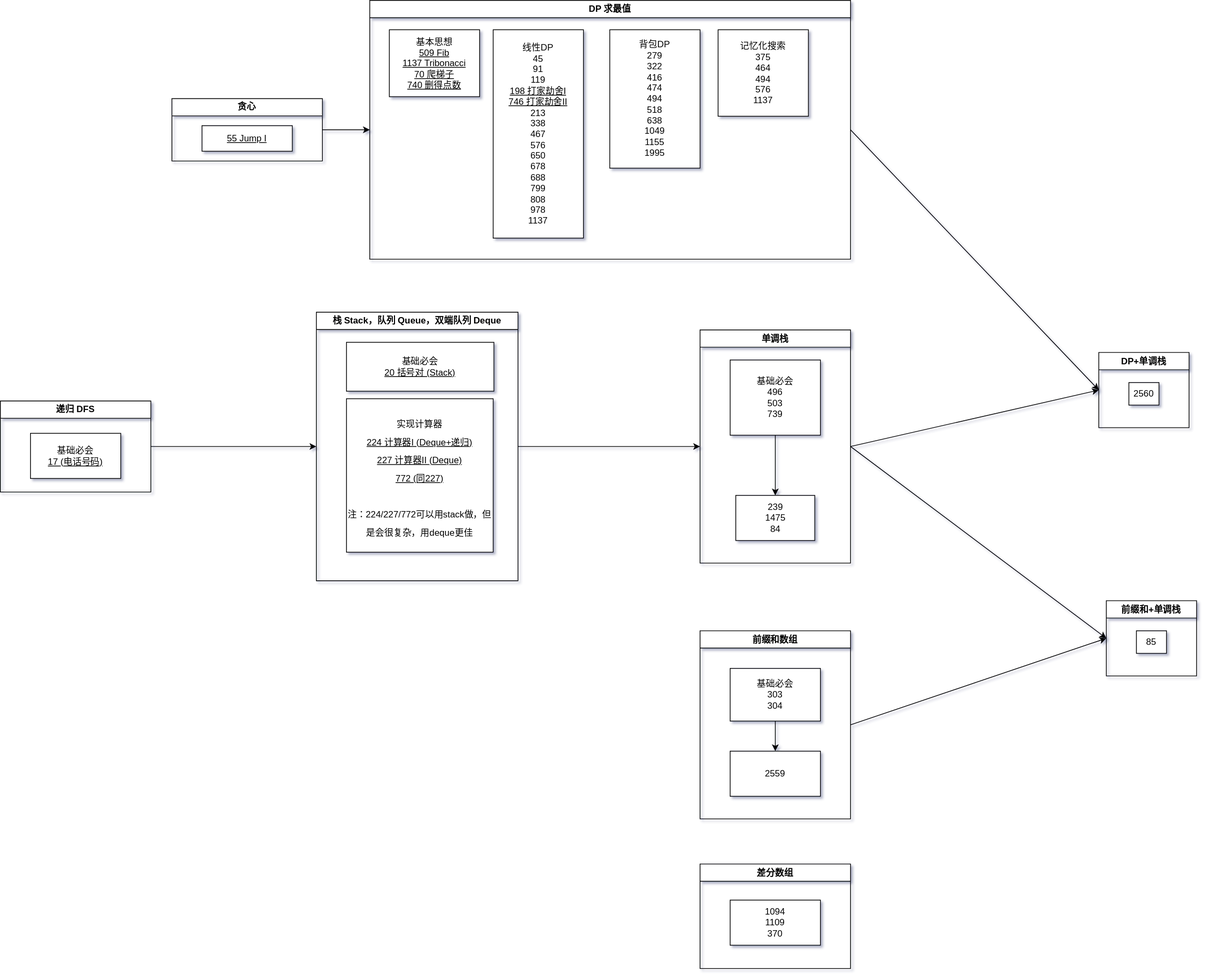
This is drawio/map.drawio.svg from jssonx/algo-playground, a draw.io export, as it was before one commit. Source tidied: cells renumbered, new cells last; positions are measured from the earlier drawing's top-left corner, leaving out a move shared by most shapes.
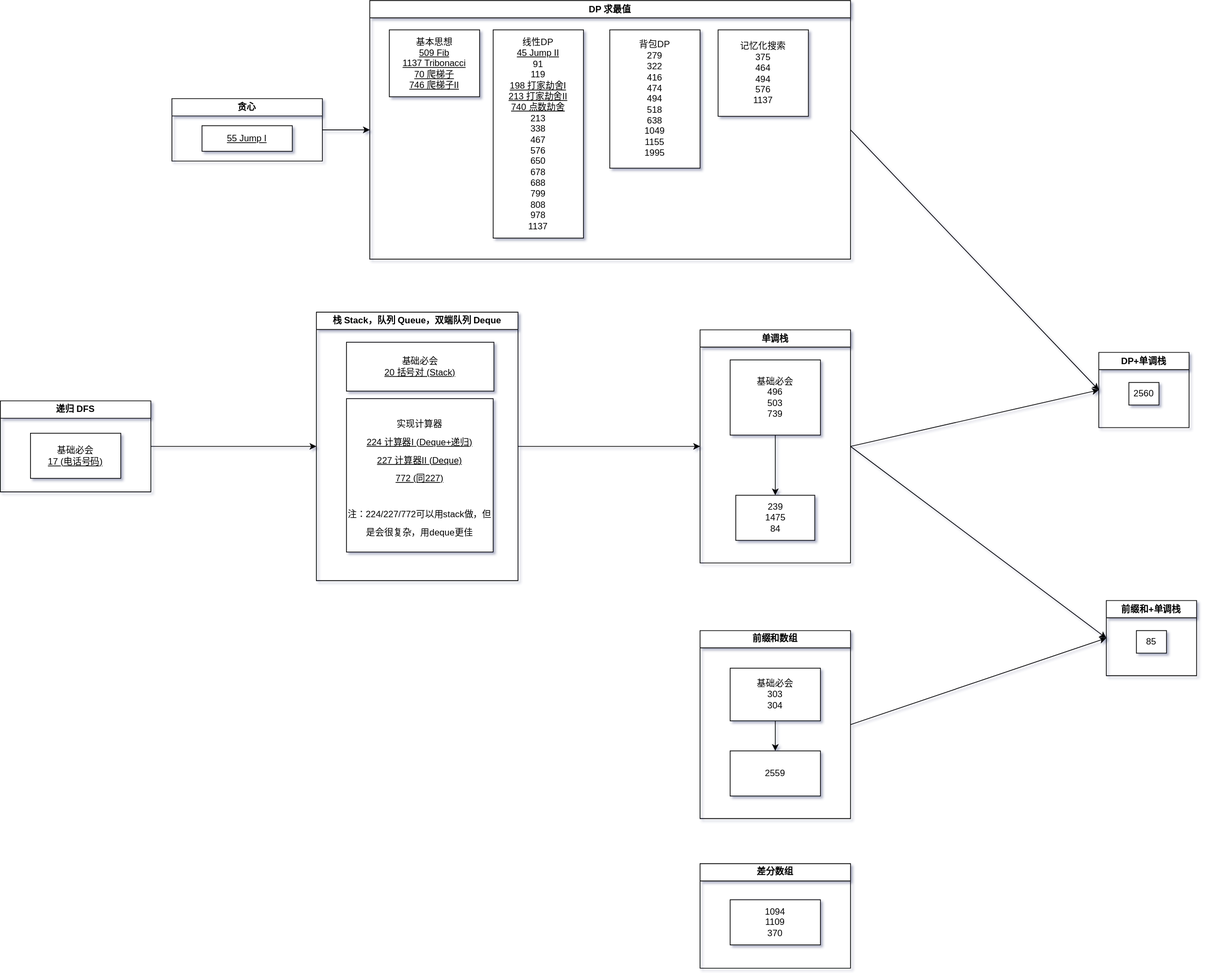
Later version of the same file.

The edit, as a diff of the source:
```diff
@@ -59,7 +59,7 @@
     <mxCell id="20" value="记忆化搜索&lt;br&gt;375&lt;br&gt;464&lt;br&gt;494&lt;br&gt;576&lt;br&gt;1137" style="whiteSpace=wrap;html=1;" parent="18" vertex="1">
       <mxGeometry x="463" y="39" width="120" height="115" as="geometry" />
     </mxCell>
-    <mxCell id="21" value="基本思想&lt;br&gt;&lt;u&gt;509 Fib&lt;br&gt;1137 Tribonacci&lt;br&gt;70 爬梯子&lt;br&gt;740 删得点数&lt;br&gt;&lt;/u&gt;" style="whiteSpace=wrap;html=1;" parent="18" vertex="1">
+    <mxCell id="21" value="基本思想&lt;br&gt;&lt;u&gt;509 Fib&lt;br&gt;1137 Tribonacci&lt;br&gt;70 爬梯子&lt;br&gt;746 爬梯子II&lt;br&gt;&lt;/u&gt;" style="whiteSpace=wrap;html=1;" parent="18" vertex="1">
       <mxGeometry x="26" y="39" width="120" height="89" as="geometry" />
     </mxCell>
     <mxCell id="22" style="edgeStyle=none;html=1;exitX=1;exitY=0.5;exitDx=0;exitDy=0;entryX=0;entryY=0.5;entryDx=0;entryDy=0;rounded=0;" parent="1" edge="1" source="23" target="7">
@@ -89,7 +89,7 @@
     <mxCell id="30" value="1094&lt;br&gt;1109&lt;br&gt;370" style="whiteSpace=wrap;html=1;" parent="29" vertex="1">
       <mxGeometry x="40" y="48" width="120" height="60" as="geometry" />
     </mxCell>
-    <mxCell id="31" value="线性DP&lt;br&gt;45&lt;br&gt;91&lt;br&gt;119&lt;br&gt;&lt;u&gt;198 打家劫舍I&lt;br&gt;746 打家劫舍II&lt;/u&gt;&lt;br&gt;213&lt;br&gt;338&lt;br&gt;467&lt;br&gt;576&lt;br&gt;650&lt;br&gt;678&lt;br&gt;688&lt;br&gt;799&lt;br&gt;808&lt;br&gt;978&lt;br&gt;1137" style="whiteSpace=wrap;html=1;" parent="1" vertex="1">
+    <mxCell id="31" value="线性DP&lt;br&gt;&lt;u&gt;45 Jump II&lt;br&gt;&lt;/u&gt;91&lt;br&gt;119&lt;br&gt;&lt;u&gt;198 打家劫舍I&lt;br&gt;213 打家劫舍II&lt;br&gt;&lt;/u&gt;&lt;u&gt;740 点数劫舍&lt;/u&gt;&lt;br&gt;213&lt;br&gt;338&lt;br&gt;467&lt;br&gt;576&lt;br&gt;650&lt;br&gt;678&lt;br&gt;688&lt;br&gt;799&lt;br&gt;808&lt;br&gt;978&lt;br&gt;1137" style="whiteSpace=wrap;html=1;" parent="1" vertex="1">
       <mxGeometry x="655" y="39" width="120" height="277" as="geometry" />
     </mxCell>
     <mxCell id="32" style="edgeStyle=none;html=1;exitX=1;exitY=0.5;exitDx=0;exitDy=0;entryX=0;entryY=0.5;entryDx=0;entryDy=0;" parent="1" edge="1" source="33" target="18">
```
